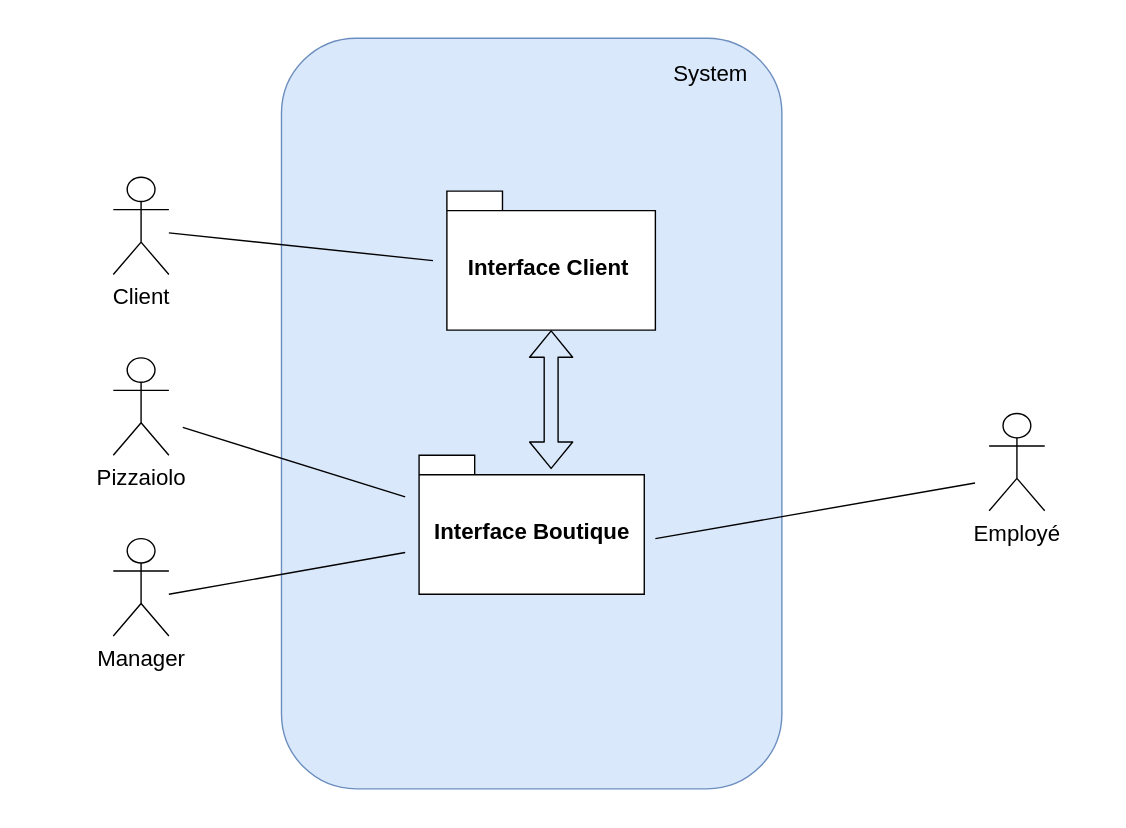
Before: page "Page-1" (1 of 3) of P5-UseCase-definotion.drawio in Ketut38/OC-P5-Pizza, a draw.io diagram. Source tidied: cells renumbered, new cells numbered last; positions are measured from the earlier drawing's top-left corner, leaving out a move shared by most shapes. Both pictures are drawn from the tidied source at 139%, with x=0, y=0 at pixel (113, 38).
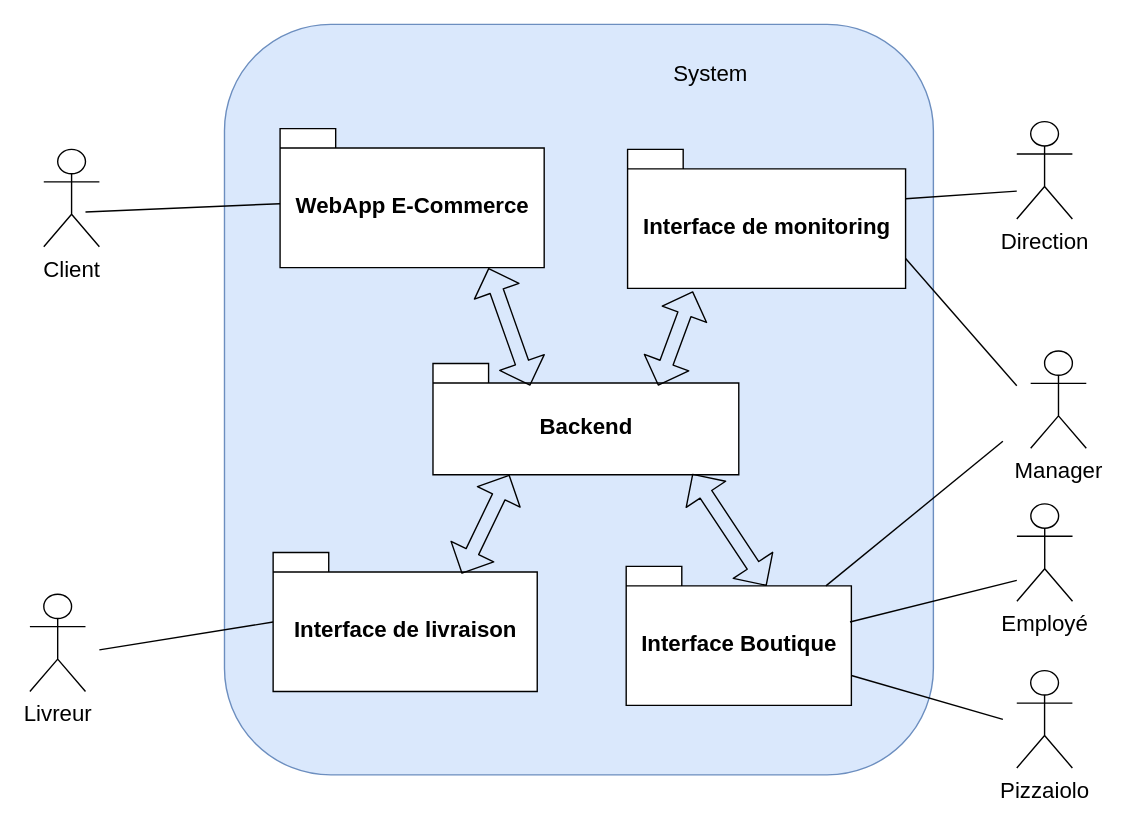
The same diagram, later.

Change to the diagram source:
```diff
@@
     <mxCell id="2" style="rounded=1;whiteSpace=wrap;html=1;fontSize=14;align=center;fillColor=#dae8fc;strokeColor=#6c8ebf;direction=south;fontStyle=0;" parent="1" vertex="1">
-      <mxGeometry x="121" width="360" height="540" as="geometry" />
+      <mxGeometry x="80" y="-10" width="510" height="540" as="geometry" />
     </mxCell>
-    <mxCell id="3" value="Interface Client&amp;nbsp;" style="shape=folder;fontStyle=1;spacingTop=10;tabWidth=40;tabHeight=14;tabPosition=left;html=1;fontSize=16;align=center;" parent="1" vertex="1">
-      <mxGeometry x="240" y="110" width="150" height="100" as="geometry" />
+    <mxCell id="3" value="WebApp E-Commerce" style="shape=folder;fontStyle=1;spacingTop=10;tabWidth=40;tabHeight=14;tabPosition=left;html=1;fontSize=16;align=center;" parent="1" vertex="1">
+      <mxGeometry x="120" y="65" width="190" height="100" as="geometry" />
     </mxCell>
     <mxCell id="4" value="Interface Boutique" style="shape=folder;fontStyle=1;spacingTop=10;tabWidth=40;tabHeight=14;tabPosition=left;html=1;fontSize=16;align=center;" parent="1" vertex="1">
-      <mxGeometry x="220" y="300" width="162" height="100" as="geometry" />
+      <mxGeometry x="369" y="380" width="162" height="100" as="geometry" />
     </mxCell>
     <mxCell id="5" value="Client" style="shape=umlActor;verticalLabelPosition=bottom;labelBackgroundColor=#ffffff;verticalAlign=top;html=1;fontSize=16;align=center;" parent="1" vertex="1">
-      <mxGeometry y="100" width="40" height="70" as="geometry" />
+      <mxGeometry x="-50" y="80" width="40" height="70" as="geometry" />
     </mxCell>
     <mxCell id="6" value="Pizzaiolo" style="shape=umlActor;verticalLabelPosition=bottom;labelBackgroundColor=#ffffff;verticalAlign=top;html=1;fontSize=16;align=center;" parent="1" vertex="1">
-      <mxGeometry y="230" width="40" height="70" as="geometry" />
+      <mxGeometry x="650" y="455" width="40" height="70" as="geometry" />
     </mxCell>
     <mxCell id="7" value="Manager" style="shape=umlActor;verticalLabelPosition=bottom;labelBackgroundColor=#ffffff;verticalAlign=top;html=1;fontSize=16;align=center;" parent="1" vertex="1">
-      <mxGeometry y="360" width="40" height="70" as="geometry" />
+      <mxGeometry x="660" y="225" width="40" height="70" as="geometry" />
     </mxCell>
     <mxCell id="8" value="Employé" style="shape=umlActor;verticalLabelPosition=bottom;labelBackgroundColor=#ffffff;verticalAlign=top;html=1;fontSize=16;align=center;" parent="1" vertex="1">
-      <mxGeometry x="630.1" y="270" width="40" height="70" as="geometry" />
+      <mxGeometry x="650.1" y="335" width="40" height="70" as="geometry" />
     </mxCell>
-    <mxCell id="9" style="endArrow=none;html=1;fontSize=16;" parent="1" edge="1">
+    <mxCell id="9" style="endArrow=none;html=1;fontSize=16;exitX=0.887;exitY=0.14;exitDx=0;exitDy=0;exitPerimeter=0;" parent="1" edge="1" source="4">
       <mxGeometry relative="1" as="geometry">
-        <mxPoint x="390" y="360" as="sourcePoint" />
-        <mxPoint x="620" y="320" as="targetPoint" />
+        <mxPoint x="640" y="290" as="targetPoint" />
       </mxGeometry>
     </mxCell>
-    <mxCell id="10" style="endArrow=none;html=1;fontSize=16;" parent="1" edge="1">
-      <mxGeometry relative="1" as="geometry">
-        <mxPoint x="50" y="280" as="sourcePoint" />
-        <mxPoint x="210" y="330" as="targetPoint" />
-      </mxGeometry>
-    </mxCell>
     <mxCell id="11" style="endArrow=none;html=1;fontSize=16;" parent="1" edge="1">
       <mxGeometry relative="1" as="geometry">
-        <mxPoint x="40" y="400" as="sourcePoint" />
-        <mxPoint x="210" y="370" as="targetPoint" />
+        <mxPoint x="-10" y="440" as="sourcePoint" />
+        <mxPoint x="115" y="420" as="targetPoint" />
       </mxGeometry>
     </mxCell>
-    <mxCell id="12" style="endArrow=none;html=1;fontSize=16;" parent="1" edge="1">
+    <mxCell id="12" style="endArrow=none;html=1;fontSize=16;" parent="1" edge="1" target="3">
       <mxGeometry relative="1" as="geometry">
-        <mxPoint x="40" y="140" as="sourcePoint" />
-        <mxPoint x="230" y="160" as="targetPoint" />
+        <mxPoint x="-20" y="125" as="sourcePoint" />
       </mxGeometry>
     </mxCell>
@@
-    <mxCell id="14" style="shape=flexArrow;endArrow=classic;startArrow=classic;html=1;fontSize=16;fontColor=#35FF0D;" parent="1" edge="1" target="3">
-      <mxGeometry relative="1" as="geometry">
-        <mxPoint x="315" y="310" as="sourcePoint" />
-      </mxGeometry>
-    </mxCell>
+    <mxCell id="15" value="Backend" style="shape=folder;fontStyle=1;spacingTop=10;tabWidth=40;tabHeight=14;tabPosition=left;html=1;fontSize=16;align=center;" parent="1" vertex="1">
+      <mxGeometry x="230" y="234" width="220" height="80" as="geometry" />
+    </mxCell>
+    <mxCell id="16" value="Interface de livraison" style="shape=folder;fontStyle=1;spacingTop=10;tabWidth=40;tabHeight=14;tabPosition=left;html=1;fontSize=16;align=center;" parent="1" vertex="1">
+      <mxGeometry x="115" y="370" width="190" height="100" as="geometry" />
+    </mxCell>
+    <mxCell id="17" value="Interface de monitoring" style="shape=folder;fontStyle=1;spacingTop=10;tabWidth=40;tabHeight=14;tabPosition=left;html=1;fontSize=16;align=center;" parent="1" vertex="1">
+      <mxGeometry x="370" y="80" width="200" height="100" as="geometry" />
+    </mxCell>
+    <mxCell id="18" value="Livreur" style="shape=umlActor;verticalLabelPosition=bottom;labelBackgroundColor=#ffffff;verticalAlign=top;html=1;fontSize=16;align=center;" parent="1" vertex="1">
+      <mxGeometry x="-60" y="400" width="40" height="70" as="geometry" />
+    </mxCell>
+    <mxCell id="19" style="endArrow=none;html=1;" parent="1" edge="1">
+      <mxGeometry relative="1" as="geometry">
+        <mxPoint x="530" y="420" as="sourcePoint" />
+        <mxPoint x="650" y="390" as="targetPoint" />
+      </mxGeometry>
+    </mxCell>
+    <mxCell id="20" style="endArrow=none;html=1;exitX=0;exitY=0;exitDx=162;exitDy=78.5;exitPerimeter=0;" parent="1" edge="1" source="4">
+      <mxGeometry relative="1" as="geometry">
+        <mxPoint x="640" y="490" as="targetPoint" />
+      </mxGeometry>
+    </mxCell>
+    <mxCell id="21" style="endArrow=none;html=1;exitX=0;exitY=0;exitDx=200;exitDy=78.5;exitPerimeter=0;" parent="1" edge="1" source="17">
+      <mxGeometry relative="1" as="geometry">
+        <mxPoint x="650" y="250" as="targetPoint" />
+      </mxGeometry>
+    </mxCell>
+    <mxCell id="22" value="Direction" style="shape=umlActor;verticalLabelPosition=bottom;labelBackgroundColor=#ffffff;verticalAlign=top;html=1;fontSize=16;align=center;" parent="1" vertex="1">
+      <mxGeometry x="650" y="60" width="40" height="70" as="geometry" />
+    </mxCell>
+    <mxCell id="23" style="endArrow=none;html=1;exitX=0;exitY=0;exitDx=200;exitDy=35.5;exitPerimeter=0;" parent="1" edge="1" source="17">
+      <mxGeometry relative="1" as="geometry">
+        <mxPoint x="650" y="110" as="targetPoint" />
+      </mxGeometry>
+    </mxCell>
+    <mxCell id="24" style="shape=flexArrow;endArrow=classic;startArrow=classic;html=1;endWidth=23;endSize=5.4;startWidth=23;startSize=5.4;exitX=0.714;exitY=0.153;exitDx=0;exitDy=0;exitPerimeter=0;entryX=0.25;entryY=1;entryDx=0;entryDy=0;entryPerimeter=0;" parent="1" edge="1" source="16" target="15">
+      <mxGeometry relative="1" as="geometry" />
+    </mxCell>
+    <mxCell id="25" style="shape=flexArrow;endArrow=classic;startArrow=classic;html=1;endWidth=23;endSize=5.4;startWidth=23;startSize=5.4;entryX=0.789;entryY=1.003;entryDx=0;entryDy=0;entryPerimeter=0;exitX=0.318;exitY=0.2;exitDx=0;exitDy=0;exitPerimeter=0;" parent="1" edge="1" source="15" target="3">
+      <mxGeometry relative="1" as="geometry" />
+    </mxCell>
+    <mxCell id="26" style="shape=flexArrow;endArrow=classic;startArrow=classic;html=1;endWidth=23;endSize=5.4;startWidth=23;startSize=5.4;exitX=0.736;exitY=0.2;exitDx=0;exitDy=0;exitPerimeter=0;" parent="1" edge="1" source="15">
+      <mxGeometry relative="1" as="geometry">
+        <mxPoint x="417" y="182" as="targetPoint" />
+      </mxGeometry>
+    </mxCell>
+    <mxCell id="27" style="shape=flexArrow;endArrow=classic;startArrow=classic;html=1;endWidth=23;endSize=5.4;startWidth=23;startSize=5.4;exitX=0;exitY=0;exitDx=101;exitDy=14;exitPerimeter=0;entryX=0.848;entryY=0.992;entryDx=0;entryDy=0;entryPerimeter=0;" parent="1" edge="1" source="4" target="15">
+      <mxGeometry relative="1" as="geometry" />
+    </mxCell>
```
